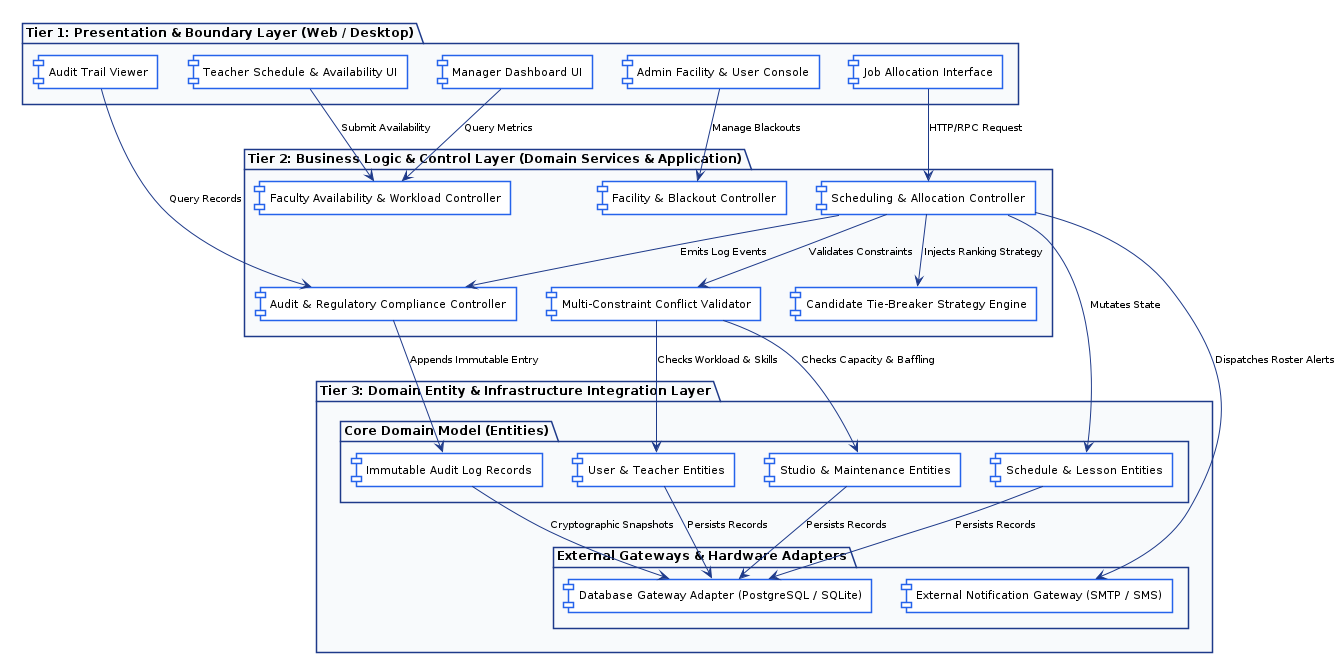
The PlantUML diagram report/assets/m2/architecture_diagram.png in adoreblvnk/2001temp, before a commit. Its source is kept beside it as report/assets/m2/architecture_diagram.puml. Its diagram source:
```plantuml
@startuml architecture_diagram
skinparam shadowing false
skinparam defaultFontName "Helvetica", "Arial", sans-serif
skinparam defaultFontSize 11
skinparam packageStyle rectangle

skinparam package {
    BackgroundColor #F8FAFC
    BorderColor #1E3A8A
    BorderThickness 1.5
    FontSize 12
    FontStyle bold
}

skinparam component {
    BackgroundColor #FFFFFF
    BorderColor #2563EB
    BorderThickness 1.5
    FontSize 11
}

skinparam arrow {
    Color #1E3A8A
    FontSize 10
}

package "Tier 1: Presentation & Boundary Layer (Web / Desktop)" {
    component [Manager Dashboard UI] as UI_Manager
    component [Job Allocation Interface] as UI_Alloc
    component [Teacher Schedule & Availability UI] as UI_Teacher
    component [Admin Facility & User Console] as UI_Admin
    component [Audit Trail Viewer] as UI_Audit
}

package "Tier 2: Business Logic & Control Layer (Domain Services & Application)" {
    component [Scheduling & Allocation Controller] as Ctrl_Alloc
    component [Multi-Constraint Conflict Validator] as Ctrl_Val
    component [Faculty Availability & Workload Controller] as Ctrl_Fac
    component [Facility & Blackout Controller] as Ctrl_Studio
    component [Audit & Regulatory Compliance Controller] as Ctrl_Audit
    component [Candidate Tie-Breaker Strategy Engine] as Ctrl_Strat
}

package "Tier 3: Domain Entity & Infrastructure Integration Layer" {
    package "Core Domain Model (Entities)" {
        component [Schedule & Lesson Entities] as Ent_Sched
        component [User & Teacher Entities] as Ent_Teacher
        component [Studio & Maintenance Entities] as Ent_Studio
        component [Immutable Audit Log Records] as Ent_Audit
    }
    package "External Gateways & Hardware Adapters" {
        component [Database Gateway Adapter (PostgreSQL / SQLite)] as GW_DB
        component [External Notification Gateway (SMTP / SMS)] as GW_Notify
    }
}

UI_Alloc --> Ctrl_Alloc : HTTP/RPC Request
UI_Manager --> Ctrl_Fac : Query Metrics
UI_Teacher --> Ctrl_Fac : Submit Availability
UI_Admin --> Ctrl_Studio : Manage Blackouts
UI_Audit --> Ctrl_Audit : Query Records

Ctrl_Alloc --> Ctrl_Val : Validates Constraints
Ctrl_Alloc --> Ctrl_Strat : Injects Ranking Strategy
Ctrl_Alloc --> Ctrl_Audit : Emits Log Events
Ctrl_Alloc --> GW_Notify : Dispatches Roster Alerts

Ctrl_Alloc --> Ent_Sched : Mutates State
Ctrl_Val --> Ent_Teacher : Checks Workload & Skills
Ctrl_Val --> Ent_Studio : Checks Capacity & Baffling
Ctrl_Audit --> Ent_Audit : Appends Immutable Entry

Ent_Sched --> GW_DB : Persists Records
Ent_Teacher --> GW_DB : Persists Records
Ent_Studio --> GW_DB : Persists Records
Ent_Audit --> GW_DB : Cryptographic Snapshots

@enduml
```
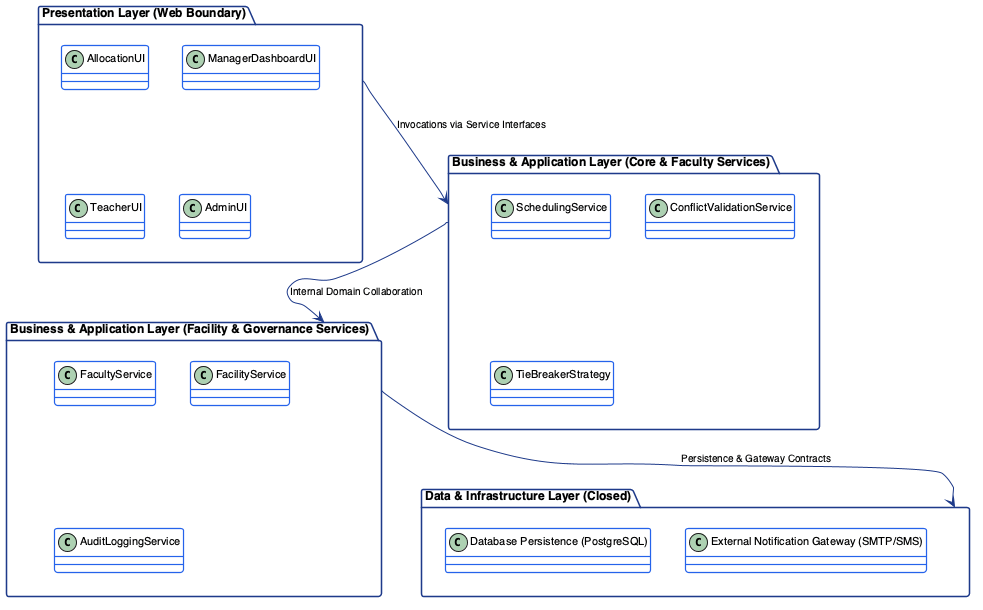
Later version of the same file.

The edit, as a diff of the source:
```diff
@@ -1,8 +1,8 @@
 @startuml architecture_diagram
+top to bottom direction
 skinparam shadowing false
 skinparam defaultFontName "Helvetica", "Arial", sans-serif
 skinparam defaultFontSize 11
-skinparam packageStyle rectangle
 
 skinparam package {
     BackgroundColor #F8FAFC
@@ -12,10 +12,10 @@
     FontStyle bold
 }
 
-skinparam component {
+skinparam class {
     BackgroundColor #FFFFFF
     BorderColor #2563EB
-    BorderThickness 1.5
+    BorderThickness 1.2
     FontSize 11
 }
 
@@ -24,55 +24,36 @@
     FontSize 10
 }
 
-package "Tier 1: Presentation & Boundary Layer (Web / Desktop)" {
-    component [Manager Dashboard UI] as UI_Manager
-    component [Job Allocation Interface] as UI_Alloc
-    component [Teacher Schedule & Availability UI] as UI_Teacher
-    component [Admin Facility & User Console] as UI_Admin
-    component [Audit Trail Viewer] as UI_Audit
+package "Presentation Layer (Web Boundary)" as Layer1 {
+    class "AllocationUI" as UI1
+    class "ManagerDashboardUI" as UI2
+    class "TeacherUI" as UI3
+    class "AdminUI" as UI4
 }
 
-package "Tier 2: Business Logic & Control Layer (Domain Services & Application)" {
-    component [Scheduling & Allocation Controller] as Ctrl_Alloc
-    component [Multi-Constraint Conflict Validator] as Ctrl_Val
-    component [Faculty Availability & Workload Controller] as Ctrl_Fac
-    component [Facility & Blackout Controller] as Ctrl_Studio
-    component [Audit & Regulatory Compliance Controller] as Ctrl_Audit
-    component [Candidate Tie-Breaker Strategy Engine] as Ctrl_Strat
+package "Business & Application Layer (Core & Faculty Services)" as Layer2A {
+    class "SchedulingService" as S1
+    class "ConflictValidationService" as S2
+    class "TieBreakerStrategy" as S6
 }
 
-package "Tier 3: Domain Entity & Infrastructure Integration Layer" {
-    package "Core Domain Model (Entities)" {
-        component [Schedule & Lesson Entities] as Ent_Sched
-        component [User & Teacher Entities] as Ent_Teacher
-        component [Studio & Maintenance Entities] as Ent_Studio
-        component [Immutable Audit Log Records] as Ent_Audit
-    }
-    package "External Gateways & Hardware Adapters" {
-        component [Database Gateway Adapter (PostgreSQL / SQLite)] as GW_DB
-        component [External Notification Gateway (SMTP / SMS)] as GW_Notify
-    }
+package "Business & Application Layer (Facility & Governance Services)" as Layer2B {
+    class "FacultyService" as S3
+    class "FacilityService" as S4
+    class "AuditLoggingService" as S5
 }
 
-UI_Alloc --> Ctrl_Alloc : HTTP/RPC Request
-UI_Manager --> Ctrl_Fac : Query Metrics
-UI_Teacher --> Ctrl_Fac : Submit Availability
-UI_Admin --> Ctrl_Studio : Manage Blackouts
-UI_Audit --> Ctrl_Audit : Query Records
+package "Data & Infrastructure Layer (Closed)" as Layer3 {
+    class "Database Persistence (PostgreSQL)" as DB
+    class "External Notification Gateway (SMTP/SMS)" as GW
+}
 
-Ctrl_Alloc --> Ctrl_Val : Validates Constraints
-Ctrl_Alloc --> Ctrl_Strat : Injects Ranking Strategy
-Ctrl_Alloc --> Ctrl_Audit : Emits Log Events
-Ctrl_Alloc --> GW_Notify : Dispatches Roster Alerts
+Layer1 --> Layer2A : Invocations via Service Interfaces
+Layer2A --> Layer2B : Internal Domain Collaboration
+Layer2B --> Layer3 : Persistence & Gateway Contracts
 
-Ctrl_Alloc --> Ent_Sched : Mutates State
-Ctrl_Val --> Ent_Teacher : Checks Workload & Skills
-Ctrl_Val --> Ent_Studio : Checks Capacity & Baffling
-Ctrl_Audit --> Ent_Audit : Appends Immutable Entry
-
-Ent_Sched --> GW_DB : Persists Records
-Ent_Teacher --> GW_DB : Persists Records
-Ent_Studio --> GW_DB : Persists Records
-Ent_Audit --> GW_DB : Cryptographic Snapshots
+Layer1 -[hidden]down-> Layer2A
+Layer2A -[hidden]down-> Layer2B
+Layer2B -[hidden]down-> Layer3
 
 @enduml
```
